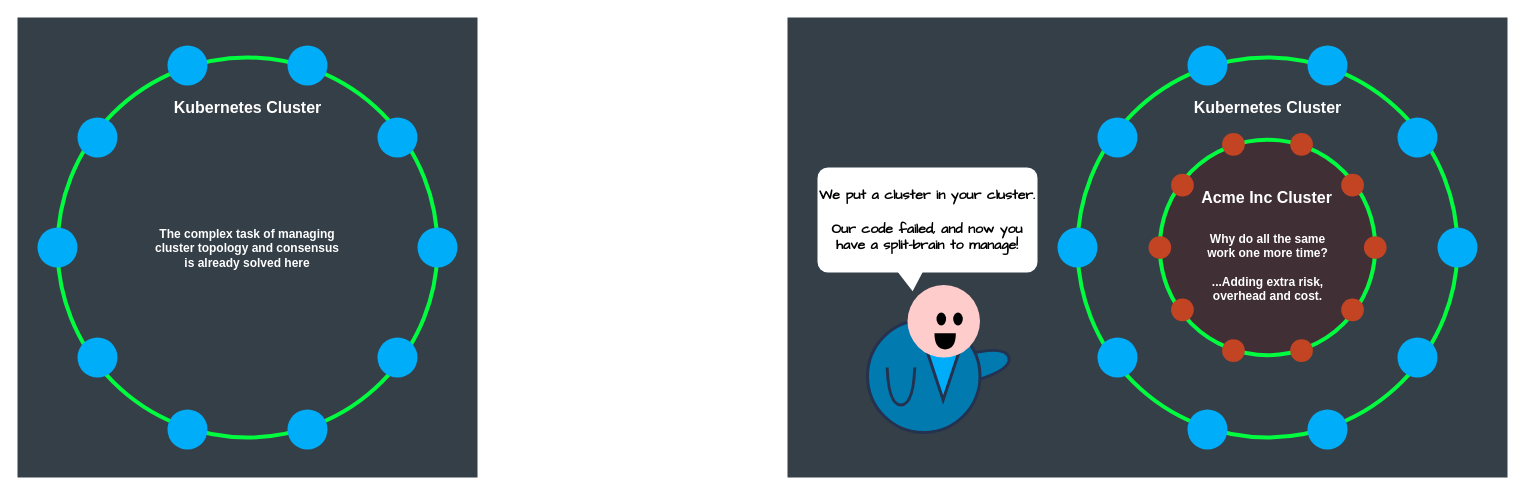
The draw.io diagram page "Clusters" (12 of 13) of hugo/content/docs/cluster/intro/clusterintro.drawio in asynkron/protoactor-website, before the edit. Source tidied: cells renumbered, new cells numbered last; positions are measured from the earlier drawing's top-left corner, leaving out a move shared by most shapes. Both pictures are drawn from the tidied source at 100%, with x=0, y=0 at pixel (17, 17).
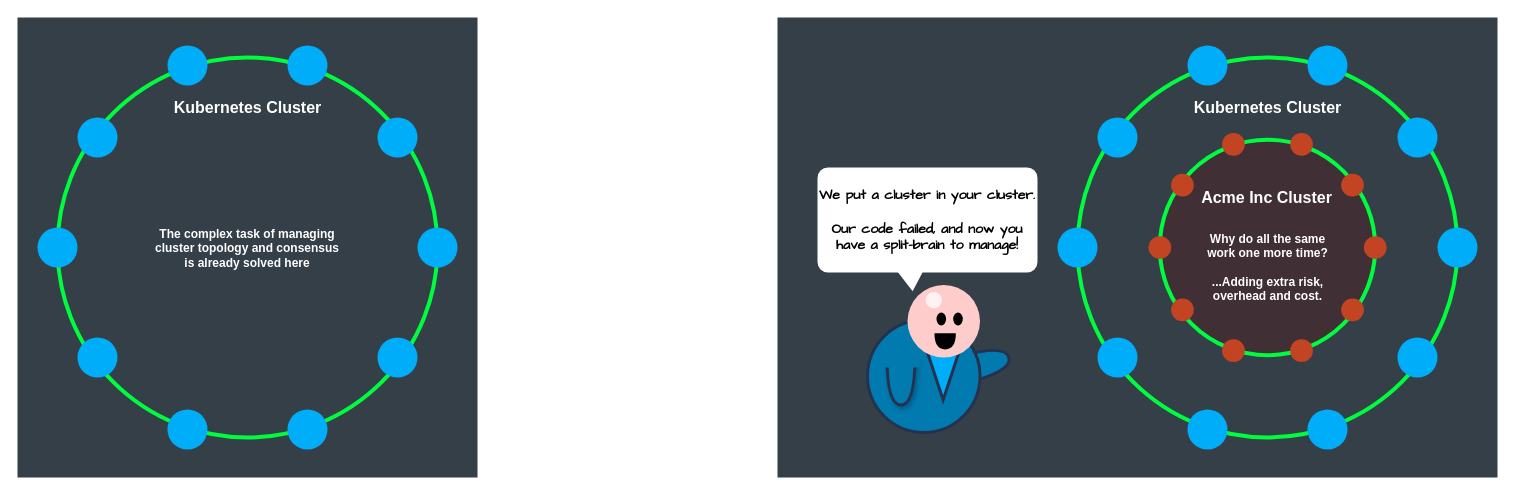
After the change.

The edit, as a diff of the source:
```diff
@@
     <mxCell id="2" style="rounded=0;whiteSpace=wrap;html=1;fontColor=#FFFFFF;strokeColor=none;fillColor=#353F48;" parent="1" vertex="1">
-      <mxGeometry x="770" width="720" height="460" as="geometry" />
+      <mxGeometry x="760" width="720" height="460" as="geometry" />
     </mxCell>
@@
-    <mxCell id="5" style="triangle;whiteSpace=wrap;html=1;strokeWidth=3;gradientColor=none;fontFamily=Comic Sans MS;fontSize=12;fontColor=#FFFFFF;rotation=90;fillColor=#00ADF8;strokeColor=#25324F;" parent="1" vertex="1">
+    <mxCell id="5" style="triangle;whiteSpace=wrap;html=1;strokeWidth=3;gradientColor=none;fontFamily=Comic Sans MS;fontSize=12;fontColor=#FFFFFF;rotation=90;fillColor=#00ADF8;strokeColor=#25324F;shadow=0;" parent="1" vertex="1">
       <mxGeometry x="900" y="340" width="51.3" height="33.8" as="geometry" />
     </mxCell>
@@
+    <mxCell id="50" style="triangle;whiteSpace=wrap;html=1;strokeWidth=1;fontFamily=Comic Sans MS;fontSize=12;rotation=85;strokeColor=none;" parent="1" vertex="1">
+      <mxGeometry x="880.9" y="243.7" width="26.2" height="33.8" as="geometry" />
+    </mxCell>
+    <mxCell id="51" style="shape=or;whiteSpace=wrap;html=1;strokeWidth=3;gradientColor=none;fontFamily=Comic Sans MS;fontSize=12;fontColor=#FFFFFF;rotation=90;fillColor=#007AAF;strokeOpacity=100;strokeColor=#25324F;shadow=1;" parent="1" vertex="1">
+      <mxGeometry x="860" y="350" width="46.9" height="27.9" as="geometry" />
+    </mxCell>
+    <mxCell id="52" style="rounded=1;whiteSpace=wrap;html=1;fontFamily=Helvetica;fontSize=12;fontColor=#FFFFFF;align=center;strokeWidth=3;fillColor=#007AAF;strokeColor=none;" parent="1" vertex="1">
+      <mxGeometry x="863" y="329" width="40" height="21" as="geometry" />
+    </mxCell>
+    <mxCell id="53" style="group;shadow=0;rounded=0;glass=0;" parent="1" vertex="1">
+      <mxGeometry x="890" y="267.5" width="72.5" height="72.5" as="geometry" />
+    </mxCell>
-    <mxCell id="46" style="ellipse;whiteSpace=wrap;html=1;strokeWidth=3;fontColor=#FFFFFF;fontStyle=1;fillColor=#FFCCCC;strokeColor=none;" parent="1" vertex="1">
-      <mxGeometry x="890" y="267.5" width="72.5" height="72.5" as="geometry" />
+    <mxCell id="46" style="ellipse;whiteSpace=wrap;html=1;strokeWidth=3;fontColor=#FFFFFF;fontStyle=1;fillColor=#FFCCCC;shadow=0;sketch=0;strokeColor=none;" parent="53" vertex="1">
+      <mxGeometry width="72.5" height="72.5" as="geometry" />
     </mxCell>
-    <mxCell id="47" style="shape=or;whiteSpace=wrap;html=1;strokeWidth=4;gradientColor=none;fontSize=16;fontColor=#FFFFFF;strokeColor=none;fillColor=#000000;rotation=90;" parent="1" vertex="1">
-      <mxGeometry x="919.6" y="313.2" width="16.1" height="21.4" as="geometry" />
+    <mxCell id="47" style="shape=or;whiteSpace=wrap;html=1;strokeWidth=4;gradientColor=none;fontSize=16;fontColor=#FFFFFF;strokeColor=none;fillColor=#000000;rotation=90;" parent="53" vertex="1">
+      <mxGeometry x="29.6" y="45.7" width="16.1" height="21.4" as="geometry" />
     </mxCell>
-    <mxCell id="48" style="ellipse;whiteSpace=wrap;html=1;strokeWidth=4;fillColor=#000000;gradientColor=none;fontSize=16;fontColor=#FFFFFF;strokeColor=none;" parent="1" vertex="1">
-      <mxGeometry x="935.7" y="295" width="9.6" height="12.9" as="geometry" />
+    <mxCell id="48" style="ellipse;whiteSpace=wrap;html=1;strokeWidth=4;fillColor=#000000;gradientColor=none;fontSize=16;fontColor=#FFFFFF;strokeColor=none;" parent="53" vertex="1">
+      <mxGeometry x="45.7" y="27.5" width="9.6" height="12.9" as="geometry" />
     </mxCell>
-    <mxCell id="49" style="ellipse;whiteSpace=wrap;html=1;strokeWidth=4;fillColor=#000000;gradientColor=none;fontSize=16;fontColor=#FFFFFF;strokeColor=none;" parent="1" vertex="1">
-      <mxGeometry x="919" y="295" width="9.6" height="12.9" as="geometry" />
+    <mxCell id="49" style="ellipse;whiteSpace=wrap;html=1;strokeWidth=4;fillColor=#000000;gradientColor=none;fontSize=16;fontColor=#FFFFFF;strokeColor=none;" parent="53" vertex="1">
+      <mxGeometry x="29" y="27.5" width="9.6" height="12.9" as="geometry" />
     </mxCell>
-    <mxCell id="50" style="triangle;whiteSpace=wrap;html=1;strokeWidth=1;fontFamily=Comic Sans MS;fontSize=12;rotation=85;strokeColor=none;" parent="1" vertex="1">
-      <mxGeometry x="880.9" y="243.7" width="26.2" height="33.8" as="geometry" />
-    </mxCell>
-    <mxCell id="51" style="shape=or;whiteSpace=wrap;html=1;strokeWidth=3;gradientColor=none;fontFamily=Comic Sans MS;fontSize=12;fontColor=#FFFFFF;rotation=90;fillColor=#007AAF;strokeOpacity=100;strokeColor=#25324F;" parent="1" vertex="1">
-      <mxGeometry x="860" y="350" width="46.9" height="27.9" as="geometry" />
-    </mxCell>
-    <mxCell id="52" style="rounded=1;whiteSpace=wrap;html=1;fontFamily=Helvetica;fontSize=12;fontColor=#FFFFFF;align=center;strokeWidth=3;fillColor=#007AAF;strokeColor=none;" parent="1" vertex="1">
-      <mxGeometry x="860" y="329" width="40" height="21" as="geometry" />
-    </mxCell>
+    <mxCell id="54" style="ellipse;whiteSpace=wrap;html=1;strokeColor=none;fillOpacity=75;fillColor=#FFFFFF;" parent="53" vertex="1">
+      <mxGeometry x="18.1" y="7" width="16.3" height="16.3" as="geometry" />
+    </mxCell>
```
